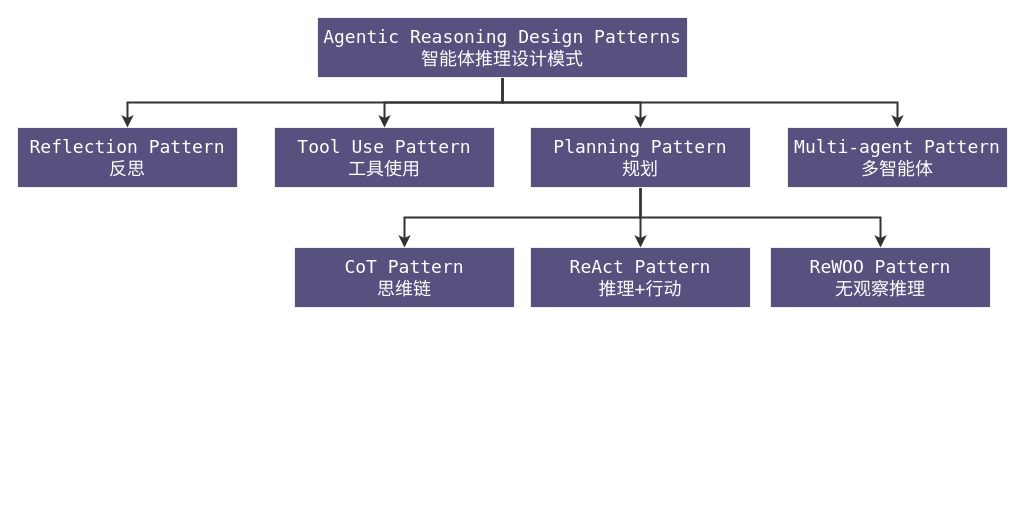
Above: drawio/Agentic Reasoning Design Patterns.drawio in feuyeux/hello-ai (draw.io), before the change. Source tidied: cells renumbered, new cells numbered last; positions are measured from the earlier drawing's top-left corner, leaving out a move shared by most shapes. Both pictures are drawn from the tidied source at 100%, with x=0, y=0 at pixel (17, 17).
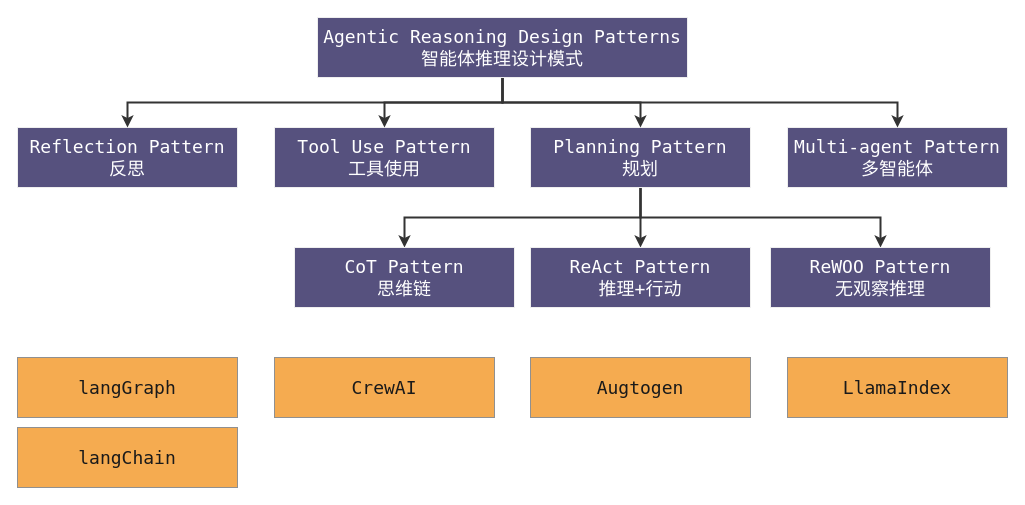
After the change.

Change to the diagram source:
```diff
@@
+    <mxCell id="17" value="langGraph" style="rounded=0;whiteSpace=wrap;labelBackgroundColor=none;fillColor=#F5AB50;strokeColor=#909090;fontColor=#1A1A1A;fontFamily=Monaco;fontSize=18;" parent="1" vertex="1">
+      <mxGeometry y="340" width="220" height="60" as="geometry" />
+    </mxCell>
+    <mxCell id="18" value="CrewAI" style="rounded=0;whiteSpace=wrap;labelBackgroundColor=none;fillColor=#F5AB50;strokeColor=#909090;fontColor=#1A1A1A;fontFamily=Monaco;fontSize=18;" parent="1" vertex="1">
+      <mxGeometry x="257" y="340" width="220" height="60" as="geometry" />
+    </mxCell>
+    <mxCell id="19" value="Augtogen" style="rounded=0;whiteSpace=wrap;labelBackgroundColor=none;fillColor=#F5AB50;strokeColor=#909090;fontColor=#1A1A1A;fontFamily=Monaco;fontSize=18;" parent="1" vertex="1">
+      <mxGeometry x="513" y="340" width="220" height="60" as="geometry" />
+    </mxCell>
+    <mxCell id="20" value="LlamaIndex" style="rounded=0;whiteSpace=wrap;labelBackgroundColor=none;fillColor=#F5AB50;strokeColor=#909090;fontColor=#1A1A1A;fontFamily=Monaco;fontSize=18;" parent="1" vertex="1">
+      <mxGeometry x="770" y="340" width="220" height="60" as="geometry" />
+    </mxCell>
+    <mxCell id="21" value="langChain" style="rounded=0;whiteSpace=wrap;labelBackgroundColor=none;fillColor=#F5AB50;strokeColor=#909090;fontColor=#1A1A1A;fontFamily=Monaco;fontSize=18;" parent="1" vertex="1">
+      <mxGeometry y="410" width="220" height="60" as="geometry" />
+    </mxCell>
```
